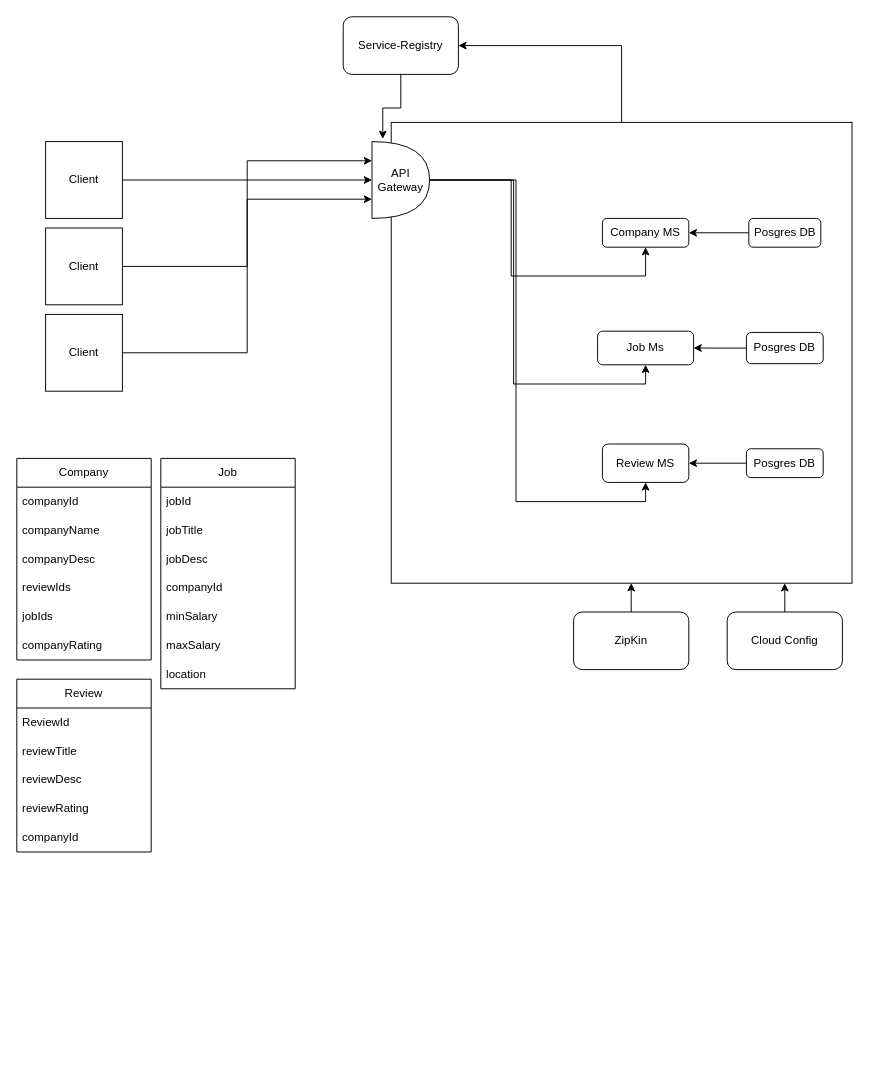
The draw.io diagram CompanyJobReview.drawio in Tushar443/Company-Review-System-and-Job-Portal-Microservice, before the edit. Source tidied: cells renumbered, new cells numbered last; positions are measured from the earlier drawing's top-left corner, leaving out a move shared by most shapes. Both pictures are drawn from the tidied source at 96%, with x=0, y=0 at pixel (16, 16).
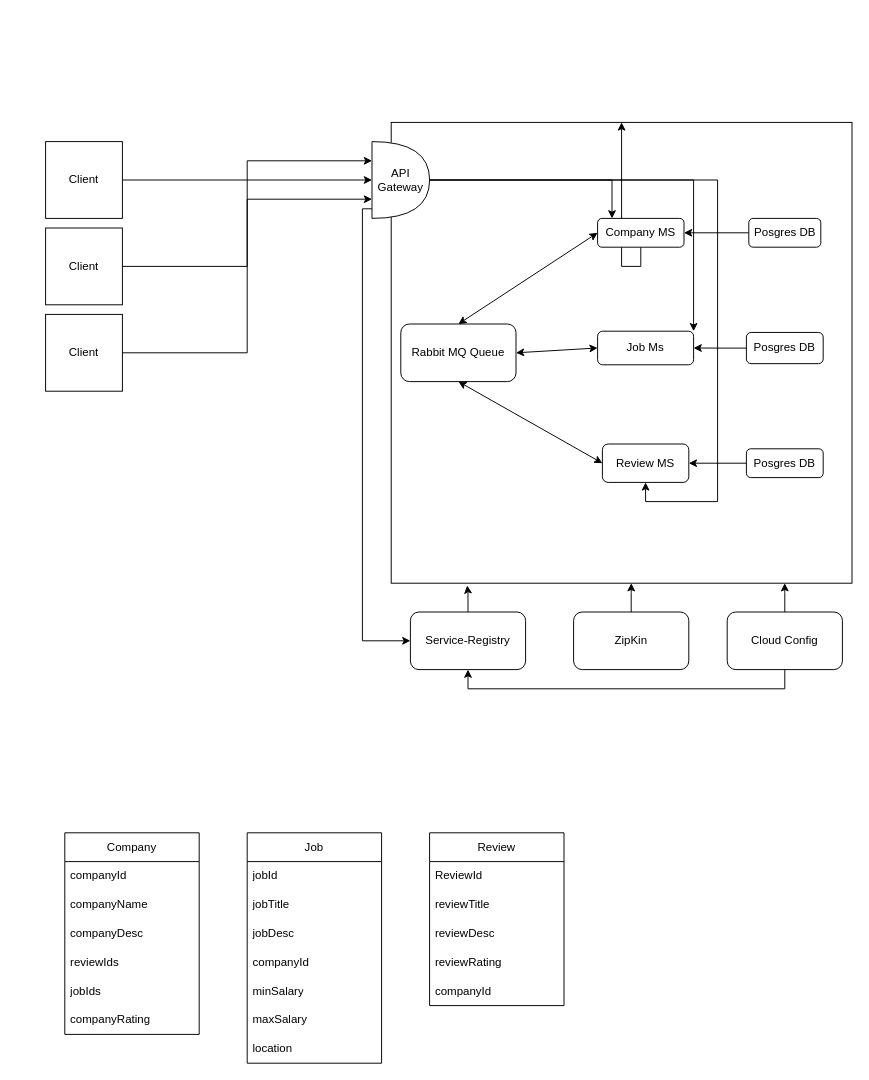
The same page after the edit.

The change refers to these unchanged cells:
```xml
<mxCell id="4" style="whiteSpace=wrap;html=1;" parent="1" vertex="1">
  <mxGeometry x="390" y="110" width="480" height="480" as="geometry" />
</mxCell>
<mxCell id="6" value="Job Ms" style="rounded=1;whiteSpace=wrap;html=1;" parent="1" vertex="1">
  <mxGeometry x="605" y="327.5" width="100" height="35" as="geometry" />
</mxCell>
<mxCell id="7" value="Review MS" style="rounded=1;whiteSpace=wrap;html=1;" parent="1" vertex="1">
  <mxGeometry x="610" y="445" width="90" height="40" as="geometry" />
</mxCell>
<mxCell id="10" value="Cloud Config" style="rounded=1;whiteSpace=wrap;html=1;" parent="1" vertex="1">
  <mxGeometry x="740" y="620" width="120" height="60" as="geometry" />
</mxCell>
<mxCell id="21" value="API Gateway" style="shape=or;whiteSpace=wrap;html=1;" parent="1" vertex="1">
  <mxGeometry x="370" y="130" width="60" height="80" as="geometry" />
</mxCell>
```

What changed in the source:
```diff
@@
-    <mxCell id="3" style="edgeStyle=orthogonalEdgeStyle;rounded=0;jettySize=auto;html=1;entryX=1;entryY=0.5;entryDx=0;entryDy=0;" parent="1" edge="1" source="4" target="8">
-      <mxGeometry relative="1" as="geometry" />
-    </mxCell>
@@
+    <mxCell id="51" style="edgeStyle=orthogonalEdgeStyle;rounded=0;jettySize=auto;html=1;" parent="1" edge="1" source="5" target="4">
+      <mxGeometry relative="1" as="geometry" />
+    </mxCell>
     <mxCell id="5" value="Company MS" style="rounded=1;whiteSpace=wrap;html=1;" parent="1" vertex="1">
-      <mxGeometry x="610" y="210" width="90" height="30" as="geometry" />
+      <mxGeometry x="605" y="210" width="90" height="30" as="geometry" />
     </mxCell>
@@
     <mxCell id="8" value="Service-Registry" style="rounded=1;whiteSpace=wrap;html=1;" parent="1" vertex="1">
-      <mxGeometry x="340" width="120" height="60" as="geometry" />
+      <mxGeometry x="410" y="620" width="120" height="60" as="geometry" />
     </mxCell>
@@
+    <mxCell id="52" style="edgeStyle=orthogonalEdgeStyle;rounded=0;jettySize=auto;html=1;entryX=0.5;entryY=1;entryDx=0;entryDy=0;" parent="1" edge="1" source="10" target="8">
+      <mxGeometry relative="1" as="geometry">
+        <Array as="points">
+          <mxPoint x="800" y="700" />
+          <mxPoint x="470" y="700" />
+        </Array>
+      </mxGeometry>
+    </mxCell>
@@
     <mxCell id="18" style="edgeStyle=orthogonalEdgeStyle;rounded=0;jettySize=auto;html=1;" parent="1" edge="1" source="21" target="5">
       <mxGeometry relative="1" as="geometry">
         <Array as="points">
-          <mxPoint x="515" y="170" />
-          <mxPoint x="515" y="270" />
-          <mxPoint x="655" y="270" />
+          <mxPoint x="620" y="170" />
         </Array>
       </mxGeometry>
     </mxCell>
+    <mxCell id="20" style="edgeStyle=orthogonalEdgeStyle;rounded=0;jettySize=auto;html=1;entryX=0.5;entryY=1;entryDx=0;entryDy=0;" parent="1" edge="1" source="21" target="7">
+      <mxGeometry relative="1" as="geometry">
+        <Array as="points">
+          <mxPoint x="730" y="170" />
+          <mxPoint x="730" y="505" />
+          <mxPoint x="655" y="505" />
+        </Array>
+      </mxGeometry>
+    </mxCell>
+    <mxCell id="53" style="edgeStyle=orthogonalEdgeStyle;rounded=0;jettySize=auto;html=1;entryX=0;entryY=0.5;entryDx=0;entryDy=0;" parent="1" edge="1" source="21" target="8">
+      <mxGeometry relative="1" as="geometry">
+        <Array as="points">
+          <mxPoint x="360" y="200" />
+          <mxPoint x="360" y="650" />
+        </Array>
+      </mxGeometry>
+    </mxCell>
-    <mxCell id="19" style="edgeStyle=orthogonalEdgeStyle;rounded=0;jettySize=auto;html=1;entryX=0.5;entryY=1;entryDx=0;entryDy=0;" parent="1" edge="1" source="21" target="6">
+    <mxCell id="19" style="edgeStyle=orthogonalEdgeStyle;rounded=0;jettySize=auto;html=1;entryX=1;entryY=0;entryDx=0;entryDy=0;" parent="1" edge="1" source="21" target="6">
       <mxGeometry relative="1" as="geometry" />
     </mxCell>
-    <mxCell id="20" style="edgeStyle=orthogonalEdgeStyle;rounded=0;jettySize=auto;html=1;entryX=0.5;entryY=1;entryDx=0;entryDy=0;" parent="1" edge="1" source="21" target="7">
-      <mxGeometry relative="1" as="geometry" />
-    </mxCell>
@@
-    <mxCell id="27" style="edgeStyle=orthogonalEdgeStyle;rounded=0;jettySize=auto;html=1;entryX=0.187;entryY=-0.035;entryDx=0;entryDy=0;entryPerimeter=0;" parent="1" edge="1" source="8" target="21">
-      <mxGeometry relative="1" as="geometry" />
-    </mxCell>
@@
     <mxCell id="30" value="Company" style="swimlane;fontStyle=0;horizontal=1;startSize=30;whiteSpace=wrap;html=1;" parent="1" vertex="1">
-      <mxGeometry y="460" width="140" height="210" as="geometry" />
+      <mxGeometry x="50" y="850" width="140" height="210" as="geometry" />
     </mxCell>
@@
     <mxCell id="37" value="Job" style="swimlane;fontStyle=0;horizontal=1;startSize=30;whiteSpace=wrap;html=1;" parent="1" vertex="1">
-      <mxGeometry x="150" y="460" width="140" height="240" as="geometry" />
+      <mxGeometry x="240" y="850" width="140" height="240" as="geometry" />
     </mxCell>
@@
     <mxCell id="45" value="Review" style="swimlane;fontStyle=0;horizontal=1;startSize=30;whiteSpace=wrap;html=1;" parent="1" vertex="1">
-      <mxGeometry y="690" width="140" height="180" as="geometry" />
+      <mxGeometry x="430" y="850" width="140" height="180" as="geometry" />
     </mxCell>
@@
+    <mxCell id="54" style="edgeStyle=orthogonalEdgeStyle;rounded=0;jettySize=auto;html=1;entryX=0.165;entryY=1.005;entryDx=0;entryDy=0;entryPerimeter=0;" parent="1" edge="1" source="8" target="4">
+      <mxGeometry relative="1" as="geometry" />
+    </mxCell>
+    <mxCell id="55" value="Rabbit MQ Queue" style="rounded=1;whiteSpace=wrap;html=1;" parent="1" vertex="1">
+      <mxGeometry x="400" y="320" width="120" height="60" as="geometry" />
+    </mxCell>
+    <mxCell id="56" style="endArrow=classic;startArrow=classic;html=1;rounded=0;entryX=0;entryY=0.5;entryDx=0;entryDy=0;exitX=0.5;exitY=0;exitDx=0;exitDy=0;" parent="1" edge="1" source="55" target="5">
+      <mxGeometry relative="1" as="geometry" />
+    </mxCell>
+    <mxCell id="57" style="endArrow=classic;startArrow=classic;html=1;rounded=0;entryX=1;entryY=0.5;entryDx=0;entryDy=0;exitX=0;exitY=0.5;exitDx=0;exitDy=0;" parent="1" edge="1" source="6" target="55">
+      <mxGeometry relative="1" as="geometry" />
+    </mxCell>
+    <mxCell id="58" style="endArrow=classic;startArrow=classic;html=1;rounded=0;exitX=0;exitY=0.5;exitDx=0;exitDy=0;entryX=0.5;entryY=1;entryDx=0;entryDy=0;" parent="1" edge="1" source="7" target="55">
+      <mxGeometry relative="1" as="geometry" />
+    </mxCell>
```
